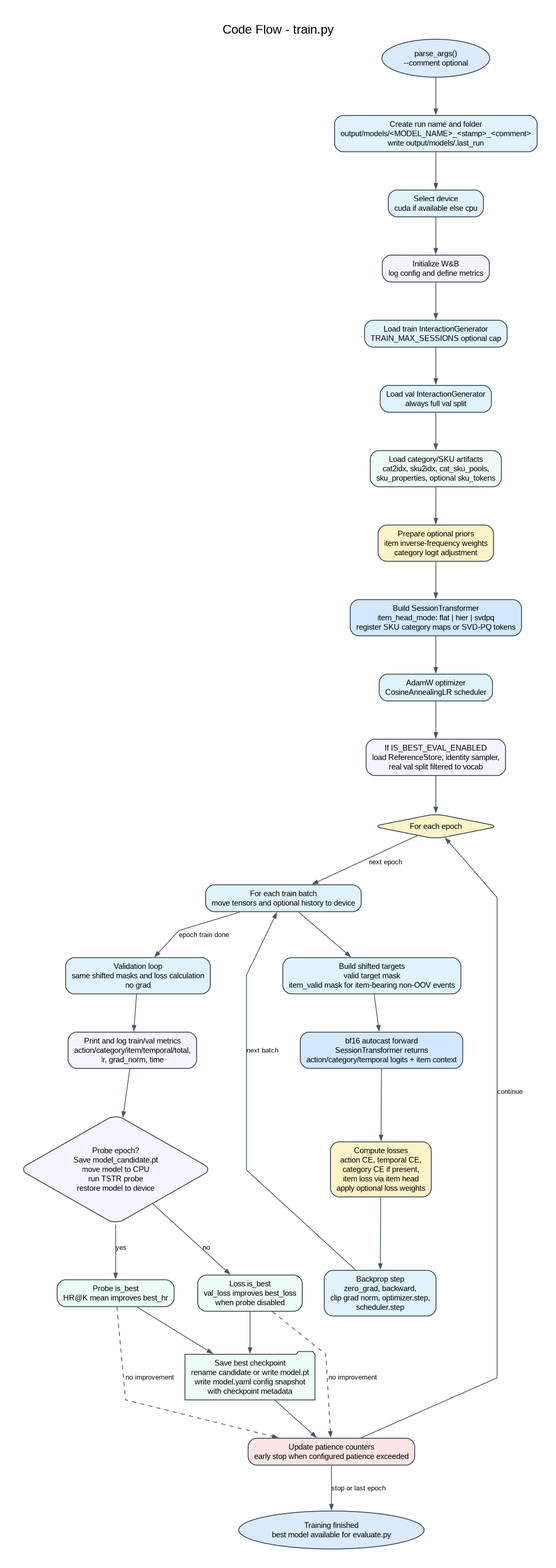
Before: code/diagrams/graphviz/07_flow_train_py.png, a diagram exported from Graphviz (mofumail/synth-data-gen). Its source is kept beside it as code/diagrams/graphviz/07_flow_train_py.dot. Source of this version:
```dot
digraph flow_train_py {

graph [
  fontname="Inter,Arial,sans-serif",
  fontsize=18,
  labelloc=t,
  margin=0.18,
  pad=0.2,
  ranksep=0.75,
  nodesep=0.45,
  splines=polyline,
  bgcolor="white"
];
node [
  fontname="Inter,Arial,sans-serif",
  fontsize=11,
  shape=box,
  style="rounded,filled",
  color="#344054",
  penwidth=1.2,
  fillcolor="#F8FAFC",
  margin="0.12,0.08"
];
edge [
  fontname="Inter,Arial,sans-serif",
  fontsize=10,
  color="#475467",
  arrowsize=0.75,
  penwidth=1.1
];

rankdir=TB;
label="Code Flow - train.py";


start [label="parse_args()\n--comment optional", shape=oval, fillcolor="#DBEAFE"];
run_folder [label="Create run name and folder\noutput/models/<MODEL_NAME>_<stamp>_<comment>\nwrite output/models/.last_run", fillcolor="#E0F2FE"];
device [label="Select device\ncuda if available else cpu", fillcolor="#E0F2FE"];
wandb [label="Initialize W&B\nlog config and define metrics", fillcolor="#F5F3FF"];
load_train [label="Load train InteractionGenerator\nTRAIN_MAX_SESSIONS optional cap", fillcolor="#E0F2FE"];
load_val [label="Load val InteractionGenerator\nalways full val split", fillcolor="#E0F2FE"];
vocab [label="Load category/SKU artifacts\ncat2idx, sku2idx, cat_sku_pools,\nsku_properties, optional sku_tokens", fillcolor="#ECFDF3"];
mitigation [label="Prepare optional priors\nitem inverse-frequency weights\ncategory logit adjustment", fillcolor="#FEF3C7"];
model [label="Build SessionTransformer\nitem_head_mode: flat | hier | svdpq\nregister SKU category maps or SVD-PQ tokens", fillcolor="#D1E9FF"];
optim [label="AdamW optimizer\nCosineAnnealingLR scheduler", fillcolor="#E0F2FE"];
probe_setup [label="If IS_BEST_EVAL_ENABLED\nload ReferenceStore, identity sampler,\nreal val split filtered to vocab", fillcolor="#F5F3FF"];
epoch [label="For each epoch", shape=diamond, fillcolor="#FEF3C7"];
batch [label="For each train batch\nmove tensors and optional history to device", fillcolor="#E0F2FE"];
targets [label="Build shifted targets\nvalid target mask\nitem_valid mask for item-bearing non-OOV events", fillcolor="#E0F2FE"];
forward [label="bf16 autocast forward\nSessionTransformer returns\naction/category/temporal logits + item context", fillcolor="#D1E9FF"];
loss [label="Compute losses\naction CE, temporal CE,\ncategory CE if present,\nitem loss via item head\napply optional loss weights", fillcolor="#FEF3C7"];
step [label="Backprop step\nzero_grad, backward,\nclip grad norm, optimizer.step,\nscheduler.step", fillcolor="#E0F2FE"];
val [label="Validation loop\nsame shifted masks and loss calculation\nno grad", fillcolor="#E0F2FE"];
log [label="Print and log train/val metrics\naction/category/item/temporal/total,\nlr, grad_norm, time", fillcolor="#F5F3FF"];
probe [label="Probe epoch?\nSave model_candidate.pt\nmove model to CPU\nrun TSTR probe\nrestore model to device", shape=diamond, fillcolor="#F5F3FF"];
isbest_probe [label="Probe is_best\nHR@K mean improves best_hr", fillcolor="#ECFDF3"];
isbest_loss [label="Loss is_best\nval_loss improves best_loss\nwhen probe disabled", fillcolor="#ECFDF3"];
save [label="Save best checkpoint\nrename candidate or write model.pt\nwrite model.yaml config snapshot\nwith checkpoint metadata", shape=folder, fillcolor="#ECFDF3"];
patience [label="Update patience counters\nearly stop when configured patience exceeded", fillcolor="#FEE4E2"];
done [label="Training finished\nbest model available for evaluate.py", shape=oval, fillcolor="#DBEAFE"];

start -> run_folder -> device -> wandb -> load_train -> load_val -> vocab -> mitigation -> model -> optim -> probe_setup -> epoch;
epoch -> batch [label="next epoch"];
batch -> targets;
targets -> forward;
forward -> loss;
loss -> step;
step -> batch [label="next batch"];
batch -> val [label="epoch train done"];
val -> log -> probe;
probe -> isbest_probe [label="yes"];
probe -> isbest_loss [label="no"];
isbest_probe -> save;
isbest_loss -> save;
save -> patience;
isbest_probe -> patience [style=dashed, label="no improvement"];
isbest_loss -> patience [style=dashed, label="no improvement"];
patience -> epoch [label="continue"];
patience -> done [label="stop or last epoch"];

}
```
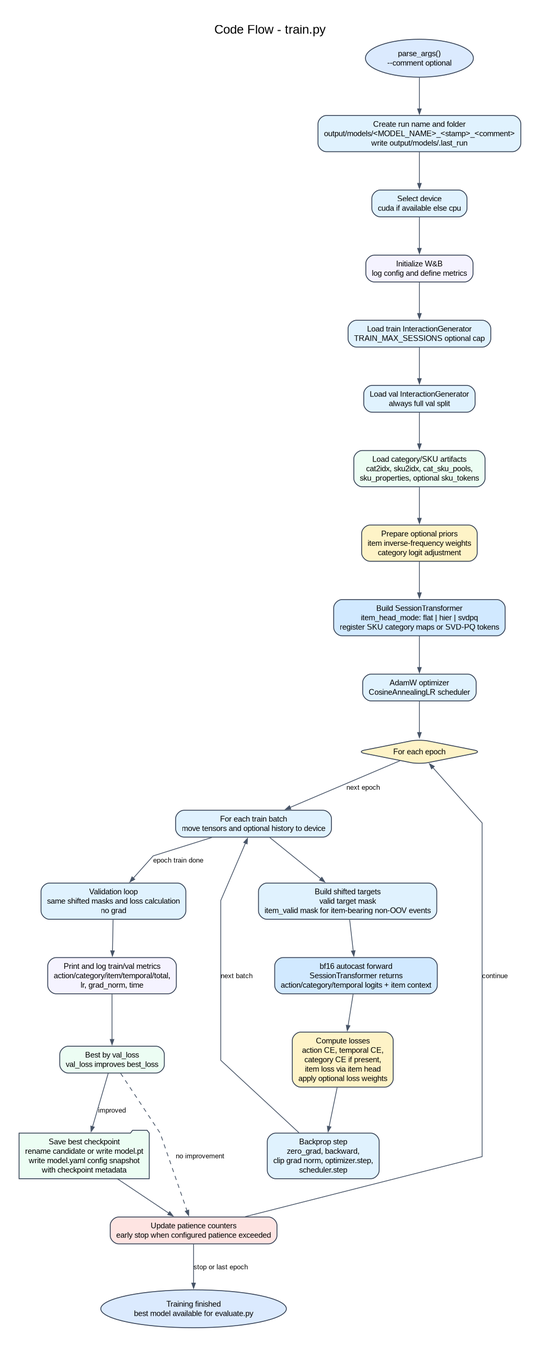
Above is the later version.

The edit, as a diff of the source:
```diff
@@ -43,7 +43,6 @@
 mitigation [label="Prepare optional priors\nitem inverse-frequency weights\ncategory logit adjustment", fillcolor="#FEF3C7"];
 model [label="Build SessionTransformer\nitem_head_mode: flat | hier | svdpq\nregister SKU category maps or SVD-PQ tokens", fillcolor="#D1E9FF"];
 optim [label="AdamW optimizer\nCosineAnnealingLR scheduler", fillcolor="#E0F2FE"];
-probe_setup [label="If IS_BEST_EVAL_ENABLED\nload ReferenceStore, identity sampler,\nreal val split filtered to vocab", fillcolor="#F5F3FF"];
 epoch [label="For each epoch", shape=diamond, fillcolor="#FEF3C7"];
 batch [label="For each train batch\nmove tensors and optional history to device", fillcolor="#E0F2FE"];
 targets [label="Build shifted targets\nvalid target mask\nitem_valid mask for item-bearing non-OOV events", fillcolor="#E0F2FE"];
@@ -52,14 +51,12 @@
 step [label="Backprop step\nzero_grad, backward,\nclip grad norm, optimizer.step,\nscheduler.step", fillcolor="#E0F2FE"];
 val [label="Validation loop\nsame shifted masks and loss calculation\nno grad", fillcolor="#E0F2FE"];
 log [label="Print and log train/val metrics\naction/category/item/temporal/total,\nlr, grad_norm, time", fillcolor="#F5F3FF"];
-probe [label="Probe epoch?\nSave model_candidate.pt\nmove model to CPU\nrun TSTR probe\nrestore model to device", shape=diamond, fillcolor="#F5F3FF"];
-isbest_probe [label="Probe is_best\nHR@K mean improves best_hr", fillcolor="#ECFDF3"];
-isbest_loss [label="Loss is_best\nval_loss improves best_loss\nwhen probe disabled", fillcolor="#ECFDF3"];
+isbest_loss [label="Best by val_loss\nval_loss improves best_loss", fillcolor="#ECFDF3"];
 save [label="Save best checkpoint\nrename candidate or write model.pt\nwrite model.yaml config snapshot\nwith checkpoint metadata", shape=folder, fillcolor="#ECFDF3"];
 patience [label="Update patience counters\nearly stop when configured patience exceeded", fillcolor="#FEE4E2"];
 done [label="Training finished\nbest model available for evaluate.py", shape=oval, fillcolor="#DBEAFE"];
 
-start -> run_folder -> device -> wandb -> load_train -> load_val -> vocab -> mitigation -> model -> optim -> probe_setup -> epoch;
+start -> run_folder -> device -> wandb -> load_train -> load_val -> vocab -> mitigation -> model -> optim -> epoch;
 epoch -> batch [label="next epoch"];
 batch -> targets;
 targets -> forward;
@@ -67,13 +64,9 @@
 loss -> step;
 step -> batch [label="next batch"];
 batch -> val [label="epoch train done"];
-val -> log -> probe;
-probe -> isbest_probe [label="yes"];
-probe -> isbest_loss [label="no"];
-isbest_probe -> save;
-isbest_loss -> save;
+val -> log -> isbest_loss;
+isbest_loss -> save [label="improved"];
 save -> patience;
-isbest_probe -> patience [style=dashed, label="no improvement"];
 isbest_loss -> patience [style=dashed, label="no improvement"];
 patience -> epoch [label="continue"];
 patience -> done [label="stop or last epoch"];
```
